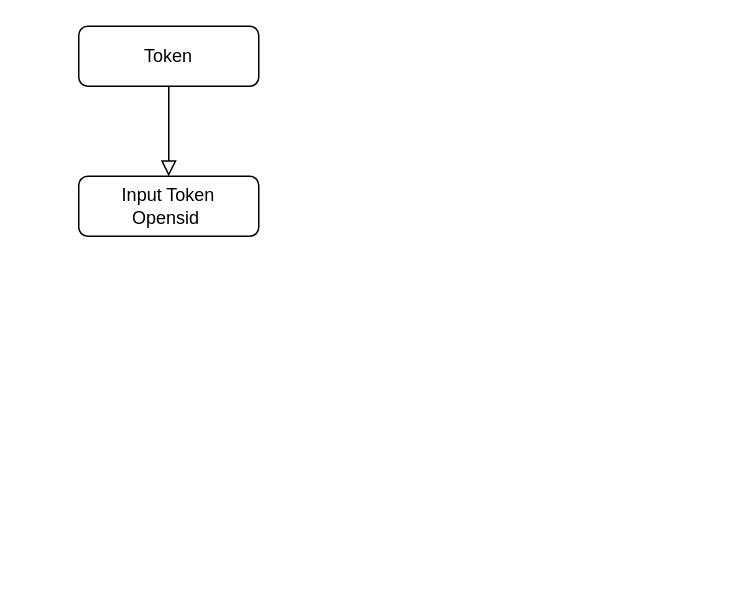
apidong/apidong keeps this draw.io diagram as Diagram Tanpa Judul.drawio. Above is the earlier version. Source tidied: cells renumbered, new cells numbered last; positions are measured from the earlier drawing's top-left corner, leaving out a move shared by most shapes. Both pictures are drawn from the tidied source at 150%, with x=0, y=0 at pixel (78, 26).
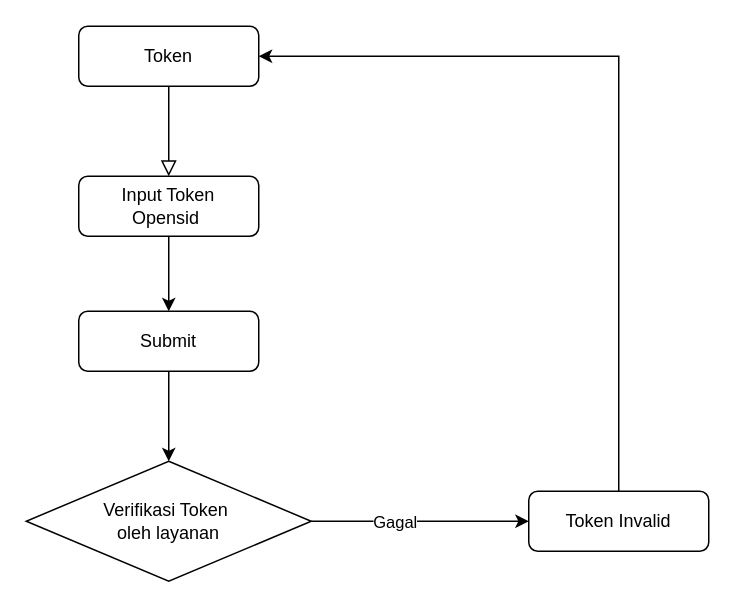
The same page after the edit.

What changed in the source:
```diff
@@
 <mxGraphModel>
   <root>
     <mxCell id="0" />
     <mxCell id="1" parent="0" />
     <mxCell id="2" style="rounded=0;html=1;jettySize=auto;fontSize=11;endArrow=block;endFill=0;endSize=8;strokeWidth=1;shadow=0;labelBackgroundColor=none;edgeStyle=orthogonalEdgeStyle;" parent="1" edge="1" source="3">
       <mxGeometry relative="1" as="geometry">
         <mxPoint x="60" y="100" as="targetPoint" />
       </mxGeometry>
     </mxCell>
     <mxCell id="3" value="Token" style="rounded=1;whiteSpace=wrap;html=1;fontSize=12;glass=0;strokeWidth=1;shadow=0;" parent="1" vertex="1">
       <mxGeometry width="120" height="40" as="geometry" />
     </mxCell>
+    <mxCell id="5" style="edgeStyle=none;rounded=0;jettySize=auto;html=1;exitX=0.5;exitY=1;exitDx=0;exitDy=0;" parent="1" edge="1" source="4" target="12">
+      <mxGeometry relative="1" as="geometry" />
+    </mxCell>
     <mxCell id="4" value="Input Token&lt;br&gt;Opensid&amp;nbsp;" style="rounded=1;whiteSpace=wrap;html=1;fontSize=12;glass=0;strokeWidth=1;shadow=0;" parent="1" vertex="1">
       <mxGeometry y="100" width="120" height="40" as="geometry" />
     </mxCell>
+    <mxCell id="6" style="edgeStyle=none;rounded=0;jettySize=auto;html=1;exitX=0.5;exitY=0;exitDx=0;exitDy=0;entryX=1;entryY=0.5;entryDx=0;entryDy=0;" parent="1" edge="1" source="7" target="3">
+      <mxGeometry relative="1" as="geometry">
+        <Array as="points">
+          <mxPoint x="360" y="20" />
+        </Array>
+      </mxGeometry>
+    </mxCell>
+    <mxCell id="7" value="Token Invalid" style="rounded=1;whiteSpace=wrap;html=1;fontSize=12;glass=0;strokeWidth=1;shadow=0;" parent="1" vertex="1">
+      <mxGeometry x="300" y="310" width="120" height="40" as="geometry" />
+    </mxCell>
+    <mxCell id="8" style="edgeStyle=none;rounded=0;jettySize=auto;html=1;exitX=1;exitY=0.5;exitDx=0;exitDy=0;" parent="1" edge="1" source="10" target="7">
+      <mxGeometry relative="1" as="geometry" />
+    </mxCell>
+    <mxCell id="9" value="Gagal" style="edgeLabel;html=1;align=center;verticalAlign=middle;" parent="8" vertex="1">
+      <mxGeometry x="-0.34" y="2" relative="1" as="geometry">
+        <mxPoint x="7" y="2" as="offset" />
+      </mxGeometry>
+    </mxCell>
+    <mxCell id="10" value="Verifikasi Token&amp;nbsp;&lt;br&gt;oleh layanan" style="rhombus;whiteSpace=wrap;html=1;" parent="1" vertex="1">
+      <mxGeometry x="-35" y="290" width="190" height="80" as="geometry" />
+    </mxCell>
+    <mxCell id="11" style="edgeStyle=none;rounded=0;jettySize=auto;html=1;exitX=0.5;exitY=1;exitDx=0;exitDy=0;entryX=0.5;entryY=0;entryDx=0;entryDy=0;" parent="1" edge="1" source="12" target="10">
+      <mxGeometry relative="1" as="geometry" />
+    </mxCell>
+    <mxCell id="12" value="Submit" style="rounded=1;whiteSpace=wrap;html=1;fontSize=12;glass=0;strokeWidth=1;shadow=0;" parent="1" vertex="1">
+      <mxGeometry y="190" width="120" height="40" as="geometry" />
+    </mxCell>
   </root>
 </mxGraphModel>
```
